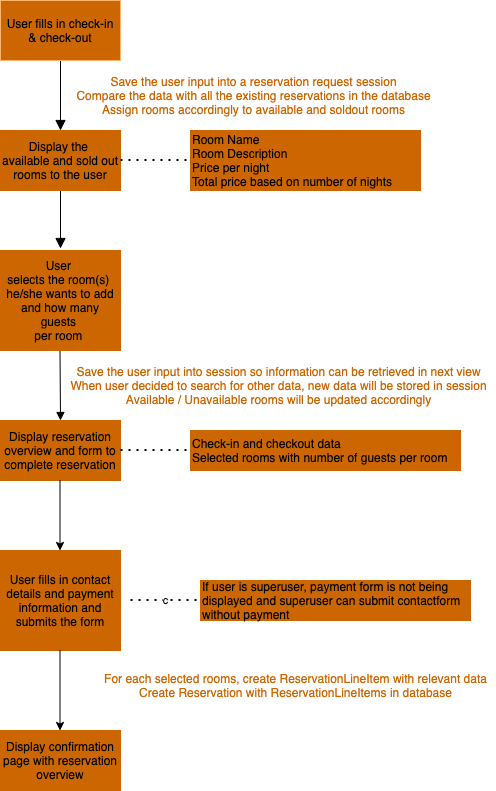
The draw.io diagram images-readme/flowchart_reservation_process.png in AnoukSmet/Casa-Pedra-Nobre, before a commit. Source tidied: cells renumbered, new cells last; positions are measured from the earlier drawing's top-left corner, leaving out a move shared by most shapes.
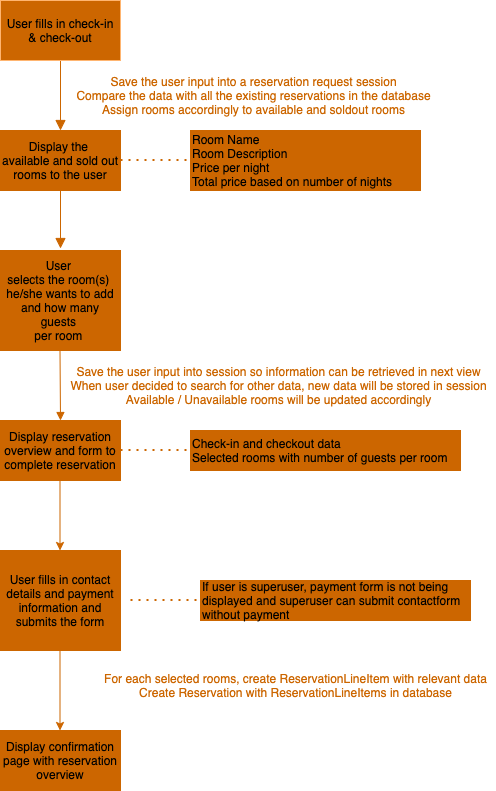
Above is the later version.

Commit message:
Added color scheme and extra explanation wireframes

Diff of the diagram source:
```diff
@@ -2,13 +2,13 @@
   <root>
     <mxCell id="0" />
     <mxCell id="1" parent="0" />
-    <mxCell id="2" style="rounded=0;html=1;jettySize=auto;orthogonalLoop=1;fontSize=11;endArrow=block;endFill=1;endSize=8;strokeWidth=1;shadow=0;labelBackgroundColor=none;edgeStyle=orthogonalEdgeStyle;" parent="1" edge="1">
+    <mxCell id="2" style="rounded=0;html=1;jettySize=auto;orthogonalLoop=1;fontSize=11;endArrow=block;endFill=1;endSize=8;strokeWidth=1;shadow=0;labelBackgroundColor=none;edgeStyle=orthogonalEdgeStyle;strokeColor=#CC6600;" parent="1" edge="1">
       <mxGeometry relative="1" as="geometry">
         <mxPoint x="60" y="60" as="sourcePoint" />
         <mxPoint x="60" y="130" as="targetPoint" />
       </mxGeometry>
     </mxCell>
-    <mxCell id="3" style="rounded=0;html=1;jettySize=auto;orthogonalLoop=1;fontSize=11;endArrow=block;endFill=1;endSize=8;strokeWidth=1;shadow=0;labelBackgroundColor=none;edgeStyle=orthogonalEdgeStyle;" parent="1" edge="1">
+    <mxCell id="3" style="rounded=0;html=1;jettySize=auto;orthogonalLoop=1;fontSize=11;endArrow=block;endFill=1;endSize=8;strokeWidth=1;shadow=0;labelBackgroundColor=none;edgeStyle=orthogonalEdgeStyle;strokeColor=#CC6600;" parent="1" edge="1">
       <mxGeometry y="20" relative="1" as="geometry">
         <mxPoint x="60" y="188" as="sourcePoint" />
         <mxPoint x="60" y="248" as="targetPoint" />
@@ -21,7 +21,7 @@
     <mxCell id="4" value="Save the user input into a reservation request session&lt;br&gt;Compare the data with all the existing reservations in the database&lt;br&gt;Assign rooms accordingly to available and soldout rooms" style="text;html=1;align=center;verticalAlign=middle;fontColor=#CC6600;" parent="1" vertex="1">
       <mxGeometry x="68" y="70" width="370" height="50" as="geometry" />
     </mxCell>
-    <mxCell id="5" style="endArrow=block;html=1;endFill=1;entryX=0.5;entryY=0;entryDx=0;entryDy=0;" parent="1" edge="1" target="9">
+    <mxCell id="5" style="endArrow=block;html=1;endFill=1;entryX=0.5;entryY=0;entryDx=0;entryDy=0;strokeColor=#CC6600;" parent="1" edge="1" target="9">
       <mxGeometry relative="1" as="geometry">
         <mxPoint x="59.5" y="350" as="sourcePoint" />
       </mxGeometry>
@@ -41,7 +41,7 @@
     <mxCell id="10" value="&lt;font color=&quot;#cc6600&quot;&gt;Save the user input into session so information can be retrieved in next view&lt;br&gt;When user decided to search for other data, new data will be stored in session&lt;br&gt;Available / Unavailable rooms will be updated accordingly&lt;/font&gt;" style="text;html=1;align=center;verticalAlign=middle;" parent="1" vertex="1">
       <mxGeometry x="63" y="360" width="430" height="50" as="geometry" />
     </mxCell>
-    <mxCell id="11" style="endArrow=none;dashed=1;html=1;dashPattern=1 3;strokeWidth=2;" parent="1" edge="1">
+    <mxCell id="11" style="endArrow=none;dashed=1;html=1;dashPattern=1 3;strokeWidth=2;strokeColor=#CC6600;" parent="1" edge="1">
       <mxGeometry relative="1" as="geometry">
         <mxPoint x="120" y="159.5" as="sourcePoint" />
         <mxPoint x="190" y="159.5" as="targetPoint" />
@@ -50,7 +50,7 @@
     <mxCell id="12" value="Room Name&lt;br&gt;Room Description&lt;br&gt;Price per night&lt;br&gt;Total price based on number of nights" style="text;html=1;align=left;verticalAlign=middle;whiteSpace=wrap;rounded=0;strokeColor=#CC6600;fillColor=#CC6600;" parent="1" vertex="1">
       <mxGeometry x="190" y="130" width="230" height="60" as="geometry" />
     </mxCell>
-    <mxCell id="13" style="endArrow=none;dashed=1;html=1;dashPattern=1 3;strokeWidth=2;" parent="1" edge="1">
+    <mxCell id="13" style="endArrow=none;dashed=1;html=1;dashPattern=1 3;strokeWidth=2;strokeColor=#CC6600;" parent="1" edge="1">
       <mxGeometry relative="1" as="geometry">
         <mxPoint x="120" y="449.5" as="sourcePoint" />
         <mxPoint x="190" y="449.5" as="targetPoint" />
@@ -59,7 +59,7 @@
     <mxCell id="14" value="Check-in and checkout data&lt;br&gt;Selected rooms with number of guests per room" style="text;html=1;align=left;verticalAlign=middle;whiteSpace=wrap;rounded=0;strokeColor=#CC6600;fillColor=#CC6600;" parent="1" vertex="1">
       <mxGeometry x="190" y="430" width="270" height="40" as="geometry" />
     </mxCell>
-    <mxCell id="15" style="endArrow=classic;html=1;" parent="1" edge="1">
+    <mxCell id="15" style="endArrow=classic;html=1;strokeColor=#CC6600;" parent="1" edge="1">
       <mxGeometry relative="1" as="geometry">
         <mxPoint x="59.5" y="480" as="sourcePoint" />
         <mxPoint x="59.5" y="550" as="targetPoint" />
@@ -68,7 +68,7 @@
     <mxCell id="16" value="User fills in contact details and payment information and submits the form" style="rounded=0;whiteSpace=wrap;html=1;labelBackgroundColor=none;align=center;fillColor=#CC6600;strokeColor=#CC6600;" parent="1" vertex="1">
       <mxGeometry y="550" width="120" height="100" as="geometry" />
     </mxCell>
-    <mxCell id="17" style="endArrow=classic;html=1;" parent="1" edge="1">
+    <mxCell id="17" style="endArrow=classic;html=1;strokeColor=#CC6600;" parent="1" edge="1">
       <mxGeometry relative="1" as="geometry">
         <mxPoint x="59.5" y="650" as="sourcePoint" />
         <mxPoint x="59.5" y="730" as="targetPoint" />
@@ -80,7 +80,7 @@
     <mxCell id="19" value="Display confirmation page with reservation overview" style="rounded=0;whiteSpace=wrap;html=1;labelBackgroundColor=none;align=center;strokeColor=#CC6600;fillColor=#CC6600;" parent="1" vertex="1">
       <mxGeometry y="730" width="120" height="60" as="geometry" />
     </mxCell>
-    <mxCell id="20" value="c&lt;span style=&quot;color: rgba(0 , 0 , 0 , 0) ; font-family: monospace ; font-size: 0px ; background-color: rgb(248 , 249 , 250)&quot;&gt;%3CmxGraphModel%3E%3Croot%3E%3CmxCell%20id%3D%220%22%2F%3E%3CmxCell%20id%3D%221%22%20parent%3D%220%22%2F%3E%3CmxCell%20id%3D%222%22%20value%3D%22%22%20style%3D%22endArrow%3Dnone%3Bdashed%3D1%3Bhtml%3D1%3BdashPattern%3D1%203%3BstrokeWidth%3D2%3B%22%20edge%3D%221%22%20parent%3D%221%22%3E%3CmxGeometry%20width%3D%2250%22%20height%3D%2250%22%20relative%3D%221%22%20as%3D%22geometry%22%3E%3CmxPoint%20x%3D%22280%22%20y%3D%22509.5%22%20as%3D%22sourcePoint%22%2F%3E%3CmxPoint%20x%3D%22350%22%20y%3D%22509.5%22%20as%3D%22targetPoint%22%2F%3E%3C%2FmxGeometry%3E%3C%2FmxCell%3E%3C%2Froot%3E%3C%2FmxGraphModel%3E&lt;/span&gt;" style="endArrow=none;dashed=1;html=1;dashPattern=1 3;strokeWidth=2;" parent="1" edge="1">
+    <mxCell id="20" value="c&lt;span style=&quot;font-family: monospace; font-size: 0px;&quot;&gt;%3CmxGraphModel%3E%3Croot%3E%3CmxCell%20id%3D%220%22%2F%3E%3CmxCell%20id%3D%221%22%20parent%3D%220%22%2F%3E%3CmxCell%20id%3D%222%22%20value%3D%22%22%20style%3D%22endArrow%3Dnone%3Bdashed%3D1%3Bhtml%3D1%3BdashPattern%3D1%203%3BstrokeWidth%3D2%3B%22%20edge%3D%221%22%20parent%3D%221%22%3E%3CmxGeometry%20width%3D%2250%22%20height%3D%2250%22%20relative%3D%221%22%20as%3D%22geometry%22%3E%3CmxPoint%20x%3D%22280%22%20y%3D%22509.5%22%20as%3D%22sourcePoint%22%2F%3E%3CmxPoint%20x%3D%22350%22%20y%3D%22509.5%22%20as%3D%22targetPoint%22%2F%3E%3C%2FmxGeometry%3E%3C%2FmxCell%3E%3C%2Froot%3E%3C%2FmxGraphModel%3E&lt;/span&gt;" style="endArrow=none;dashed=1;html=1;dashPattern=1 3;strokeWidth=2;strokeColor=#CC6600;labelBackgroundColor=none;noLabel=1;fontColor=none;" parent="1" edge="1">
       <mxGeometry relative="1" as="geometry">
         <mxPoint x="130" y="599.5" as="sourcePoint" />
         <mxPoint x="200" y="599.5" as="targetPoint" />
```
